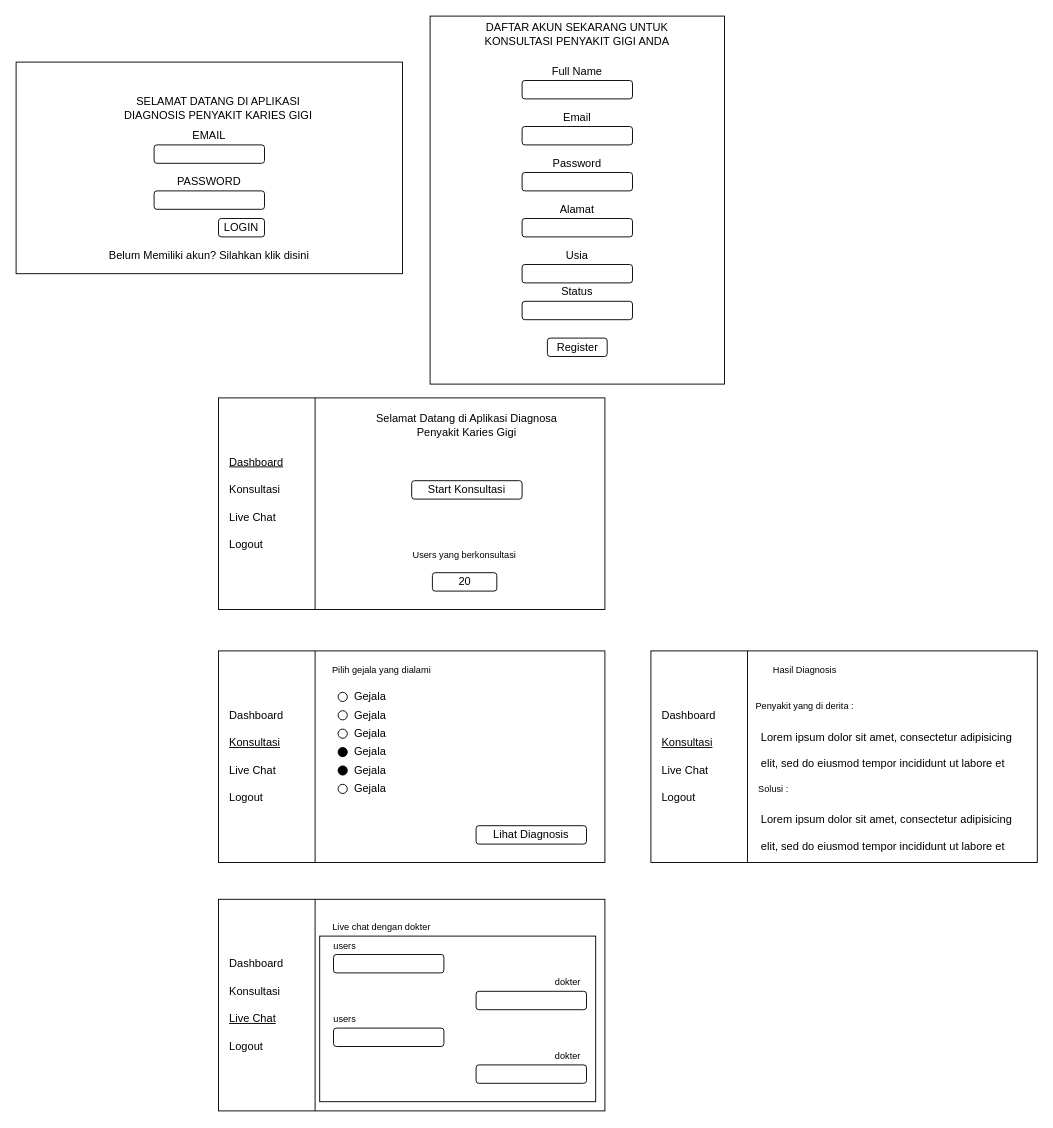
ariabd-ac/MockupTA keeps this draw.io diagram as page "Page-1" (1 of 3) of Untitled Diagram.drawio. Above is the earlier version. Source tidied: cells renumbered, new cells numbered last; positions are measured from the earlier drawing's top-left corner, leaving out a move shared by most shapes. Both pictures are drawn from the tidied source at 92%, with x=0, y=0 at pixel (16, 16).
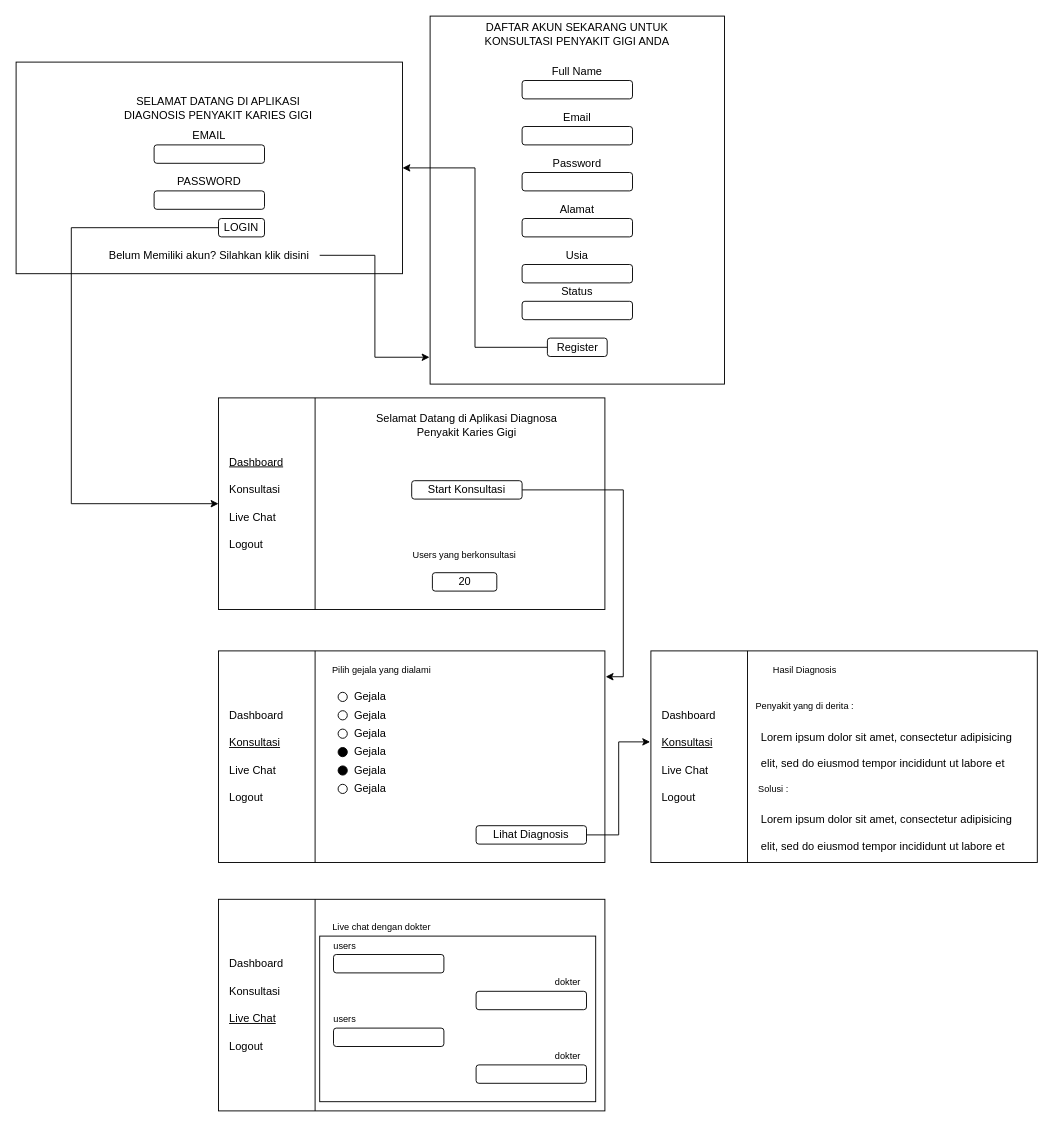
After the change.

The change refers to these unchanged cells:
```xml
<mxCell id="2" style="rounded=0;whiteSpace=wrap;html=1;" parent="1" vertex="1">
  <mxGeometry y="50" width="420" height="230" as="geometry" />
</mxCell>
<mxCell id="7" value="LOGIN" style="rounded=1;whiteSpace=wrap;html=1;" parent="1" vertex="1">
  <mxGeometry x="220" y="220" width="50" height="20" as="geometry" />
</mxCell>
<mxCell id="8" value="Belum Memiliki akun? Silahkan klik disini" style="text;html=1;strokeColor=none;fillColor=none;align=center;verticalAlign=middle;whiteSpace=wrap;rounded=0;" parent="1" vertex="1">
  <mxGeometry x="90" y="250" width="240" height="20" as="geometry" />
</mxCell>
<mxCell id="10" style="rounded=0;whiteSpace=wrap;html=1;" parent="1" vertex="1">
  <mxGeometry x="220" y="415" width="420" height="230" as="geometry" />
</mxCell>
<mxCell id="19" value="Start Konsultasi" style="rounded=1;whiteSpace=wrap;html=1;" parent="1" vertex="1">
  <mxGeometry x="430" y="505" width="120" height="20" as="geometry" />
</mxCell>
<mxCell id="21" style="rounded=0;whiteSpace=wrap;html=1;" parent="20" vertex="1">
  <mxGeometry width="420" height="230" as="geometry" />
</mxCell>
<mxCell id="45" value="Lihat Diagnosis" style="rounded=1;whiteSpace=wrap;html=1;" parent="20" vertex="1">
  <mxGeometry x="280" y="190" width="120" height="20" as="geometry" />
</mxCell>
<mxCell id="48" style="rounded=0;whiteSpace=wrap;html=1;imageAspect=1;" parent="47" vertex="1">
  <mxGeometry width="420" height="230" as="geometry" />
</mxCell>
<mxCell id="80" style="rounded=0;whiteSpace=wrap;html=1;" parent="1" vertex="1">
  <mxGeometry x="450" width="320" height="400" as="geometry" />
</mxCell>
<mxCell id="91" value="Register" style="rounded=1;whiteSpace=wrap;html=1;" parent="1" vertex="1">
  <mxGeometry x="577.5" y="350" width="65" height="20" as="geometry" />
</mxCell>
```

Diff of the diagram source:
```diff
@@
+    <mxCell id="95" style="edgeStyle=orthogonalEdgeStyle;rounded=0;jettySize=auto;html=1;entryX=0;entryY=0.5;entryDx=0;entryDy=0;" parent="1" edge="1" source="7" target="10">
+      <mxGeometry relative="1" as="geometry">
+        <Array as="points">
+          <mxPoint x="60" y="230" />
+          <mxPoint x="60" y="530" />
+        </Array>
+      </mxGeometry>
+    </mxCell>
@@
+    <mxCell id="96" style="edgeStyle=orthogonalEdgeStyle;rounded=0;jettySize=auto;html=1;entryX=-0.002;entryY=0.927;entryDx=0;entryDy=0;entryPerimeter=0;" parent="1" edge="1" source="8" target="80">
+      <mxGeometry relative="1" as="geometry" />
+    </mxCell>
@@
+    <mxCell id="97" style="edgeStyle=orthogonalEdgeStyle;rounded=0;jettySize=auto;html=1;entryX=1.002;entryY=0.122;entryDx=0;entryDy=0;entryPerimeter=0;" parent="1" edge="1" source="19" target="21">
+      <mxGeometry relative="1" as="geometry">
+        <Array as="points">
+          <mxPoint x="660" y="515" />
+          <mxPoint x="660" y="718" />
+        </Array>
+      </mxGeometry>
+    </mxCell>
@@
+    <mxCell id="98" style="edgeStyle=orthogonalEdgeStyle;rounded=0;jettySize=auto;html=1;entryX=1;entryY=0.5;entryDx=0;entryDy=0;" parent="1" edge="1" source="91" target="2">
+      <mxGeometry relative="1" as="geometry" />
+    </mxCell>
@@
+    <mxCell id="99" style="edgeStyle=orthogonalEdgeStyle;rounded=0;jettySize=auto;html=1;entryX=-0.002;entryY=0.43;entryDx=0;entryDy=0;entryPerimeter=0;" parent="1" edge="1" source="45" target="48">
+      <mxGeometry relative="1" as="geometry" />
+    </mxCell>
```
